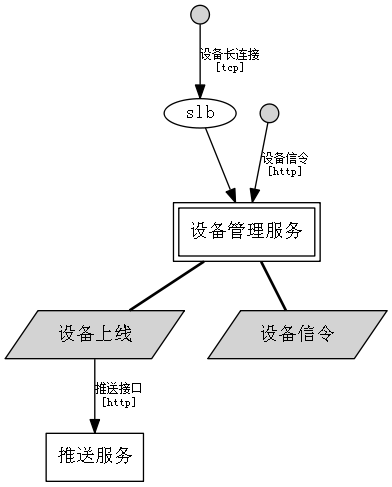
This is output/cloud/devicemgr.gv.png from xphh/garch, a Graphviz export, as it was before one commit. Its source is kept beside it as output/cloud/devicemgr.gv.
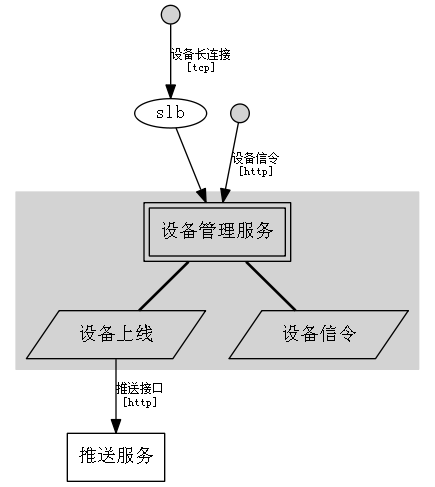
After the commit.

The edit, as a diff of the source:
```diff
@@ -3,17 +3,22 @@
 node[fontname="simsun"];
 graph[fontname="simsun"];
 label = "";
+module_node_0[shape=circle, width=.2, style=filled, label=""];
+module_node_1[height=.3, fixedsize=true, label="slb"];
+module_node_1->devicemgr_node_0;
+module_node_0->module_node_1[fontsize=9, label="设备长连接\n[tcp]"];
+module_node_2[shape=circle, width=.2, style=filled, label=""];
+module_node_2->devicemgr_node_0[fontsize=9, label="设备信令\n[http]"];
+module_node_3[shape=box, label="推送服务"];
+devicemgr_node_1->module_node_3[fontsize=9, label="推送接口\n[http]"];
+subgraph cluster_module_node_4 {
+style = filled;
+color = lightgrey;
+label = "";
 devicemgr_node_0[shape=box, peripheries=2, label="设备管理服务"];
-devicemgr_node_1[shape=circle, width=.2, style=filled, label=""];
-devicemgr_node_2[height=.3, fixedsize=true, label="slb"];
-devicemgr_node_2->devicemgr_node_0;
-devicemgr_node_1->devicemgr_node_2[fontsize=9, label="设备长连接\n[tcp]"];
-devicemgr_node_3[shape=circle, width=.2, style=filled, label=""];
-devicemgr_node_3->devicemgr_node_0[fontsize=9, label="设备信令\n[http]"];
-devicemgr_node_4[shape=polygon, skew=.5, style=filled, label="设备上线"];
-devicemgr_node_0->devicemgr_node_4[style=bold, arrowhead=none];
-devicemgr_node_5[shape=box, label="推送服务"];
-devicemgr_node_4->devicemgr_node_5[fontsize=9, label="推送接口\n[http]"];
-devicemgr_node_6[shape=polygon, skew=.5, style=filled, label="设备信令"];
-devicemgr_node_0->devicemgr_node_6[style=bold, arrowhead=none];
+devicemgr_node_1[shape=polygon, skew=.5, label="设备上线"];
+devicemgr_node_0->devicemgr_node_1[style=bold, arrowhead=none];
+devicemgr_node_2[shape=polygon, skew=.5, label="设备信令"];
+devicemgr_node_0->devicemgr_node_2[style=bold, arrowhead=none];
 }
+}
```
